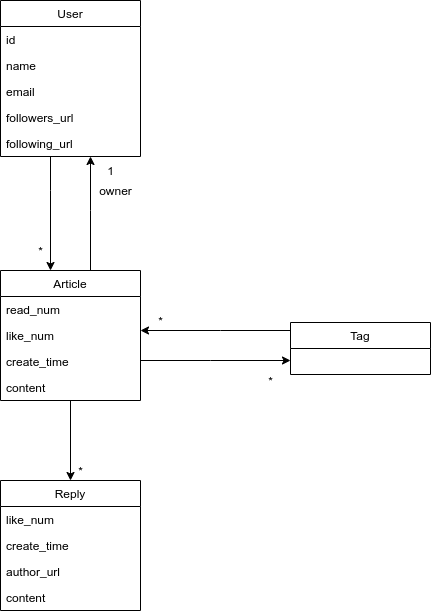
Earlier version of the draw.io export image/resource-representation-model.png (qt-sc/api-doc). Source tidied: cells renumbered, new cells last; positions are measured from the earlier drawing's top-left corner, leaving out a move shared by most shapes. Its diagram source:
```xml
<mxGraphModel>
  <root>
    <mxCell id="0" />
    <mxCell id="1" parent="0" />
    <mxCell id="2" style="edgeStyle=orthogonalEdgeStyle;rounded=0;jettySize=auto;html=1;" parent="1" edge="1" source="6" target="12">
      <mxGeometry relative="1" as="geometry">
        <Array as="points">
          <mxPoint x="90" y="210" />
          <mxPoint x="90" y="210" />
        </Array>
      </mxGeometry>
    </mxCell>
    <mxCell id="3" style="edgeStyle=orthogonalEdgeStyle;rounded=0;jettySize=auto;html=1;curved=1;" parent="1" edge="1" source="6" target="21">
      <mxGeometry relative="1" as="geometry">
        <Array as="points">
          <mxPoint x="210" y="360" />
          <mxPoint x="210" y="360" />
        </Array>
      </mxGeometry>
    </mxCell>
    <mxCell id="4" style="edgeStyle=orthogonalEdgeStyle;rounded=0;jettySize=auto;html=1;" parent="1" edge="1" source="12" target="6">
      <mxGeometry relative="1" as="geometry">
        <Array as="points">
          <mxPoint x="50" y="190" />
          <mxPoint x="50" y="190" />
        </Array>
      </mxGeometry>
    </mxCell>
    <mxCell id="5" style="edgeStyle=orthogonalEdgeStyle;curved=1;rounded=0;jettySize=auto;html=1;" parent="1" edge="1" source="6" target="22">
      <mxGeometry relative="1" as="geometry" />
    </mxCell>
    <mxCell id="6" value="Article" style="swimlane;fontStyle=0;horizontal=1;startSize=26;fillColor=none;" parent="1" vertex="1">
      <mxGeometry y="270" width="140" height="130" as="geometry" />
    </mxCell>
    <mxCell id="7" value="read_num" style="text;strokeColor=none;fillColor=none;align=left;verticalAlign=top;spacingLeft=4;spacingRight=4;overflow=hidden;" parent="6" vertex="1">
      <mxGeometry y="26" width="140" height="26" as="geometry" />
    </mxCell>
    <mxCell id="8" value="like_num" style="text;strokeColor=none;fillColor=none;align=left;verticalAlign=top;spacingLeft=4;spacingRight=4;overflow=hidden;" parent="6" vertex="1">
      <mxGeometry y="52" width="140" height="26" as="geometry" />
    </mxCell>
    <mxCell id="9" value="create_time" style="text;strokeColor=none;fillColor=none;align=left;verticalAlign=top;spacingLeft=4;spacingRight=4;overflow=hidden;" parent="6" vertex="1">
      <mxGeometry y="78" width="140" height="26" as="geometry" />
    </mxCell>
    <mxCell id="10" value="content" style="text;strokeColor=none;fillColor=none;align=left;verticalAlign=top;spacingLeft=4;spacingRight=4;overflow=hidden;" parent="6" vertex="1">
      <mxGeometry y="104" width="140" height="26" as="geometry" />
    </mxCell>
    <mxCell id="11" style="edgeStyle=orthogonalEdgeStyle;curved=1;rounded=0;jettySize=auto;html=1;" parent="1" edge="1" source="21" target="6">
      <mxGeometry relative="1" as="geometry">
        <Array as="points">
          <mxPoint x="220" y="330" />
          <mxPoint x="220" y="330" />
        </Array>
      </mxGeometry>
    </mxCell>
    <mxCell id="12" value="User" style="swimlane;fontStyle=0;horizontal=1;startSize=26;fillColor=none;" parent="1" vertex="1">
      <mxGeometry width="140" height="156" as="geometry" />
    </mxCell>
    <mxCell id="13" value="id" style="text;strokeColor=none;fillColor=none;align=left;verticalAlign=top;spacingLeft=4;spacingRight=4;overflow=hidden;" parent="12" vertex="1">
      <mxGeometry y="26" width="140" height="26" as="geometry" />
    </mxCell>
    <mxCell id="14" value="name" style="text;strokeColor=none;fillColor=none;align=left;verticalAlign=top;spacingLeft=4;spacingRight=4;overflow=hidden;" parent="12" vertex="1">
      <mxGeometry y="52" width="140" height="26" as="geometry" />
    </mxCell>
    <mxCell id="15" value="email" style="text;strokeColor=none;fillColor=none;align=left;verticalAlign=top;spacingLeft=4;spacingRight=4;overflow=hidden;" parent="12" vertex="1">
      <mxGeometry y="78" width="140" height="26" as="geometry" />
    </mxCell>
    <mxCell id="16" value="followers_url" style="text;strokeColor=none;fillColor=none;align=left;verticalAlign=top;spacingLeft=4;spacingRight=4;overflow=hidden;" parent="12" vertex="1">
      <mxGeometry y="104" width="140" height="26" as="geometry" />
    </mxCell>
    <mxCell id="17" value="following_url" style="text;strokeColor=none;fillColor=none;align=left;verticalAlign=top;spacingLeft=4;spacingRight=4;overflow=hidden;" parent="12" vertex="1">
      <mxGeometry y="130" width="140" height="26" as="geometry" />
    </mxCell>
    <mxCell id="18" value="1" style="text;html=1;align=center;verticalAlign=middle;" parent="1" vertex="1">
      <mxGeometry x="100" y="160" width="20" height="20" as="geometry" />
    </mxCell>
    <mxCell id="19" value="*" style="text;html=1;align=center;verticalAlign=middle;" parent="1" vertex="1">
      <mxGeometry x="30" y="240" width="20" height="20" as="geometry" />
    </mxCell>
    <mxCell id="20" value="owner" style="text;html=1;align=center;verticalAlign=middle;" parent="1" vertex="1">
      <mxGeometry x="90" y="180" width="50" height="20" as="geometry" />
    </mxCell>
    <mxCell id="21" value="Tag" style="swimlane;fontStyle=0;horizontal=1;startSize=26;fillColor=none;" parent="1" vertex="1">
      <mxGeometry x="290" y="322" width="140" height="52" as="geometry" />
    </mxCell>
    <mxCell id="22" value="Reply" style="swimlane;fontStyle=0;horizontal=1;startSize=26;fillColor=none;" parent="1" vertex="1">
      <mxGeometry y="480" width="140" height="130" as="geometry" />
    </mxCell>
    <mxCell id="23" value="like_num" style="text;strokeColor=none;fillColor=none;align=left;verticalAlign=top;spacingLeft=4;spacingRight=4;overflow=hidden;" parent="22" vertex="1">
      <mxGeometry y="26" width="140" height="26" as="geometry" />
    </mxCell>
    <mxCell id="24" value="create_time" style="text;strokeColor=none;fillColor=none;align=left;verticalAlign=top;spacingLeft=4;spacingRight=4;overflow=hidden;" parent="22" vertex="1">
      <mxGeometry y="52" width="140" height="26" as="geometry" />
    </mxCell>
    <mxCell id="25" value="author_url" style="text;strokeColor=none;fillColor=none;align=left;verticalAlign=top;spacingLeft=4;spacingRight=4;overflow=hidden;" parent="22" vertex="1">
      <mxGeometry y="78" width="140" height="26" as="geometry" />
    </mxCell>
    <mxCell id="26" value="content" style="text;strokeColor=none;fillColor=none;align=left;verticalAlign=top;spacingLeft=4;spacingRight=4;overflow=hidden;" parent="22" vertex="1">
      <mxGeometry y="104" width="140" height="26" as="geometry" />
    </mxCell>
    <mxCell id="27" value="*" style="text;html=1;align=center;verticalAlign=middle;" parent="1" vertex="1">
      <mxGeometry x="150" y="310" width="20" height="20" as="geometry" />
    </mxCell>
    <mxCell id="28" value="*" style="text;html=1;align=center;verticalAlign=middle;" parent="1" vertex="1">
      <mxGeometry x="260" y="370" width="20" height="20" as="geometry" />
    </mxCell>
    <mxCell id="29" value="*" style="text;html=1;align=center;verticalAlign=middle;" parent="1" vertex="1">
      <mxGeometry x="70" y="460" width="20" height="20" as="geometry" />
    </mxCell>
  </root>
</mxGraphModel>
```
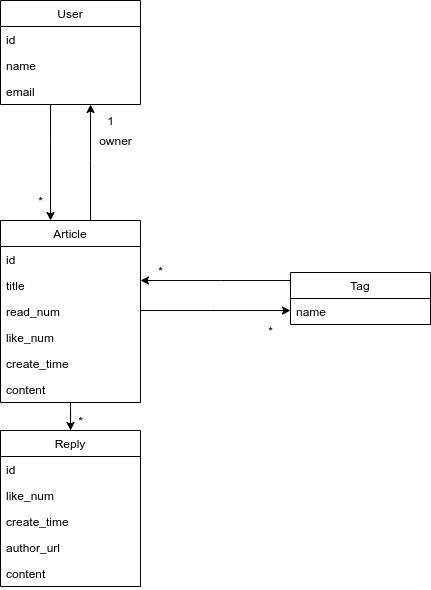
After the change.

Diff of the diagram source:
```diff
@@ -30,19 +30,25 @@
       <mxGeometry relative="1" as="geometry" />
     </mxCell>
     <mxCell id="6" value="Article" style="swimlane;fontStyle=0;horizontal=1;startSize=26;fillColor=none;" parent="1" vertex="1">
-      <mxGeometry y="270" width="140" height="130" as="geometry" />
+      <mxGeometry y="270" width="140" height="182" as="geometry" />
     </mxCell>
+    <mxCell id="30" value="id" style="text;strokeColor=none;fillColor=none;align=left;verticalAlign=top;spacingLeft=4;spacingRight=4;overflow=hidden;" parent="6" vertex="1">
+      <mxGeometry y="26" width="140" height="26" as="geometry" />
+    </mxCell>
-    <mxCell id="7" value="read_num" style="text;strokeColor=none;fillColor=none;align=left;verticalAlign=top;spacingLeft=4;spacingRight=4;overflow=hidden;" parent="6" vertex="1">
-      <mxGeometry y="26" width="140" height="26" as="geometry" />
+    <mxCell id="7" value="title" style="text;strokeColor=none;fillColor=none;align=left;verticalAlign=top;spacingLeft=4;spacingRight=4;overflow=hidden;" parent="6" vertex="1">
+      <mxGeometry y="52" width="140" height="26" as="geometry" />
     </mxCell>
+    <mxCell id="31" value="read_num" style="text;strokeColor=none;fillColor=none;align=left;verticalAlign=top;spacingLeft=4;spacingRight=4;overflow=hidden;" parent="6" vertex="1">
+      <mxGeometry y="78" width="140" height="26" as="geometry" />
+    </mxCell>
     <mxCell id="8" value="like_num" style="text;strokeColor=none;fillColor=none;align=left;verticalAlign=top;spacingLeft=4;spacingRight=4;overflow=hidden;" parent="6" vertex="1">
-      <mxGeometry y="52" width="140" height="26" as="geometry" />
+      <mxGeometry y="104" width="140" height="26" as="geometry" />
     </mxCell>
     <mxCell id="9" value="create_time" style="text;strokeColor=none;fillColor=none;align=left;verticalAlign=top;spacingLeft=4;spacingRight=4;overflow=hidden;" parent="6" vertex="1">
-      <mxGeometry y="78" width="140" height="26" as="geometry" />
+      <mxGeometry y="130" width="140" height="26" as="geometry" />
     </mxCell>
     <mxCell id="10" value="content" style="text;strokeColor=none;fillColor=none;align=left;verticalAlign=top;spacingLeft=4;spacingRight=4;overflow=hidden;" parent="6" vertex="1">
-      <mxGeometry y="104" width="140" height="26" as="geometry" />
+      <mxGeometry y="156" width="140" height="26" as="geometry" />
     </mxCell>
     <mxCell id="11" style="edgeStyle=orthogonalEdgeStyle;curved=1;rounded=0;jettySize=auto;html=1;" parent="1" edge="1" source="21" target="6">
       <mxGeometry relative="1" as="geometry">
@@ -52,24 +58,6 @@
         </Array>
       </mxGeometry>
     </mxCell>
-    <mxCell id="12" value="User" style="swimlane;fontStyle=0;horizontal=1;startSize=26;fillColor=none;" parent="1" vertex="1">
-      <mxGeometry width="140" height="156" as="geometry" />
-    </mxCell>
-    <mxCell id="13" value="id" style="text;strokeColor=none;fillColor=none;align=left;verticalAlign=top;spacingLeft=4;spacingRight=4;overflow=hidden;" parent="12" vertex="1">
-      <mxGeometry y="26" width="140" height="26" as="geometry" />
-    </mxCell>
-    <mxCell id="14" value="name" style="text;strokeColor=none;fillColor=none;align=left;verticalAlign=top;spacingLeft=4;spacingRight=4;overflow=hidden;" parent="12" vertex="1">
-      <mxGeometry y="52" width="140" height="26" as="geometry" />
-    </mxCell>
-    <mxCell id="15" value="email" style="text;strokeColor=none;fillColor=none;align=left;verticalAlign=top;spacingLeft=4;spacingRight=4;overflow=hidden;" parent="12" vertex="1">
-      <mxGeometry y="78" width="140" height="26" as="geometry" />
-    </mxCell>
-    <mxCell id="16" value="followers_url" style="text;strokeColor=none;fillColor=none;align=left;verticalAlign=top;spacingLeft=4;spacingRight=4;overflow=hidden;" parent="12" vertex="1">
-      <mxGeometry y="104" width="140" height="26" as="geometry" />
-    </mxCell>
-    <mxCell id="17" value="following_url" style="text;strokeColor=none;fillColor=none;align=left;verticalAlign=top;spacingLeft=4;spacingRight=4;overflow=hidden;" parent="12" vertex="1">
-      <mxGeometry y="130" width="140" height="26" as="geometry" />
-    </mxCell>
     <mxCell id="18" value="1" style="text;html=1;align=center;verticalAlign=middle;" parent="1" vertex="1">
       <mxGeometry x="100" y="160" width="20" height="20" as="geometry" />
     </mxCell>
@@ -82,20 +70,26 @@
     <mxCell id="21" value="Tag" style="swimlane;fontStyle=0;horizontal=1;startSize=26;fillColor=none;" parent="1" vertex="1">
       <mxGeometry x="290" y="322" width="140" height="52" as="geometry" />
     </mxCell>
+    <mxCell id="32" value="name" style="text;strokeColor=none;fillColor=none;align=left;verticalAlign=top;spacingLeft=4;spacingRight=4;overflow=hidden;" parent="21" vertex="1">
+      <mxGeometry y="26" width="140" height="26" as="geometry" />
+    </mxCell>
     <mxCell id="22" value="Reply" style="swimlane;fontStyle=0;horizontal=1;startSize=26;fillColor=none;" parent="1" vertex="1">
-      <mxGeometry y="480" width="140" height="130" as="geometry" />
+      <mxGeometry y="480" width="140" height="156" as="geometry" />
     </mxCell>
-    <mxCell id="23" value="like_num" style="text;strokeColor=none;fillColor=none;align=left;verticalAlign=top;spacingLeft=4;spacingRight=4;overflow=hidden;" parent="22" vertex="1">
+    <mxCell id="23" value="id" style="text;strokeColor=none;fillColor=none;align=left;verticalAlign=top;spacingLeft=4;spacingRight=4;overflow=hidden;" parent="22" vertex="1">
       <mxGeometry y="26" width="140" height="26" as="geometry" />
     </mxCell>
+    <mxCell id="33" value="like_num" style="text;strokeColor=none;fillColor=none;align=left;verticalAlign=top;spacingLeft=4;spacingRight=4;overflow=hidden;" parent="22" vertex="1">
+      <mxGeometry y="52" width="140" height="26" as="geometry" />
+    </mxCell>
     <mxCell id="24" value="create_time" style="text;strokeColor=none;fillColor=none;align=left;verticalAlign=top;spacingLeft=4;spacingRight=4;overflow=hidden;" parent="22" vertex="1">
-      <mxGeometry y="52" width="140" height="26" as="geometry" />
+      <mxGeometry y="78" width="140" height="26" as="geometry" />
     </mxCell>
     <mxCell id="25" value="author_url" style="text;strokeColor=none;fillColor=none;align=left;verticalAlign=top;spacingLeft=4;spacingRight=4;overflow=hidden;" parent="22" vertex="1">
-      <mxGeometry y="78" width="140" height="26" as="geometry" />
+      <mxGeometry y="104" width="140" height="26" as="geometry" />
     </mxCell>
     <mxCell id="26" value="content" style="text;strokeColor=none;fillColor=none;align=left;verticalAlign=top;spacingLeft=4;spacingRight=4;overflow=hidden;" parent="22" vertex="1">
-      <mxGeometry y="104" width="140" height="26" as="geometry" />
+      <mxGeometry y="130" width="140" height="26" as="geometry" />
     </mxCell>
     <mxCell id="27" value="*" style="text;html=1;align=center;verticalAlign=middle;" parent="1" vertex="1">
       <mxGeometry x="150" y="310" width="20" height="20" as="geometry" />
@@ -106,5 +100,17 @@
     <mxCell id="29" value="*" style="text;html=1;align=center;verticalAlign=middle;" parent="1" vertex="1">
       <mxGeometry x="70" y="460" width="20" height="20" as="geometry" />
     </mxCell>
+    <mxCell id="12" value="User" style="swimlane;fontStyle=0;horizontal=1;startSize=26;fillColor=none;" parent="1" vertex="1">
+      <mxGeometry y="50" width="140" height="104" as="geometry" />
+    </mxCell>
+    <mxCell id="13" value="id" style="text;strokeColor=none;fillColor=none;align=left;verticalAlign=top;spacingLeft=4;spacingRight=4;overflow=hidden;" parent="12" vertex="1">
+      <mxGeometry y="26" width="140" height="26" as="geometry" />
+    </mxCell>
+    <mxCell id="14" value="name" style="text;strokeColor=none;fillColor=none;align=left;verticalAlign=top;spacingLeft=4;spacingRight=4;overflow=hidden;" parent="12" vertex="1">
+      <mxGeometry y="52" width="140" height="26" as="geometry" />
+    </mxCell>
+    <mxCell id="15" value="email" style="text;strokeColor=none;fillColor=none;align=left;verticalAlign=top;spacingLeft=4;spacingRight=4;overflow=hidden;" parent="12" vertex="1">
+      <mxGeometry y="78" width="140" height="26" as="geometry" />
+    </mxCell>
   </root>
 </mxGraphModel>
```
